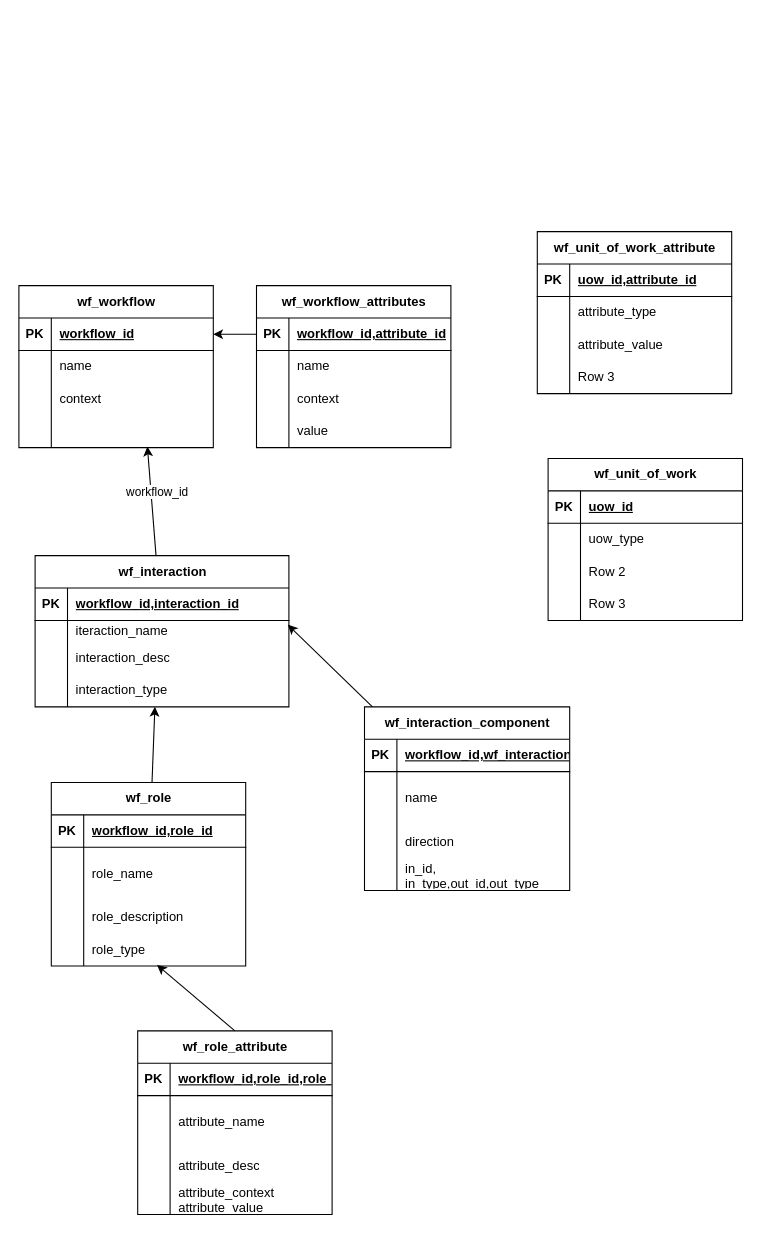
The draw.io diagram page "Workflow Entities" (2 of 2) of database/workflow.drawio in clydewatts1/prototype_chameleon_mcp_workflow, before the edit. Source tidied: cells renumbered, new cells numbered last; positions are measured from the earlier drawing's top-left corner, leaving out a move shared by most shapes. Both pictures are drawn from the tidied source at 108%, with x=0, y=0 at pixel (18, 231).
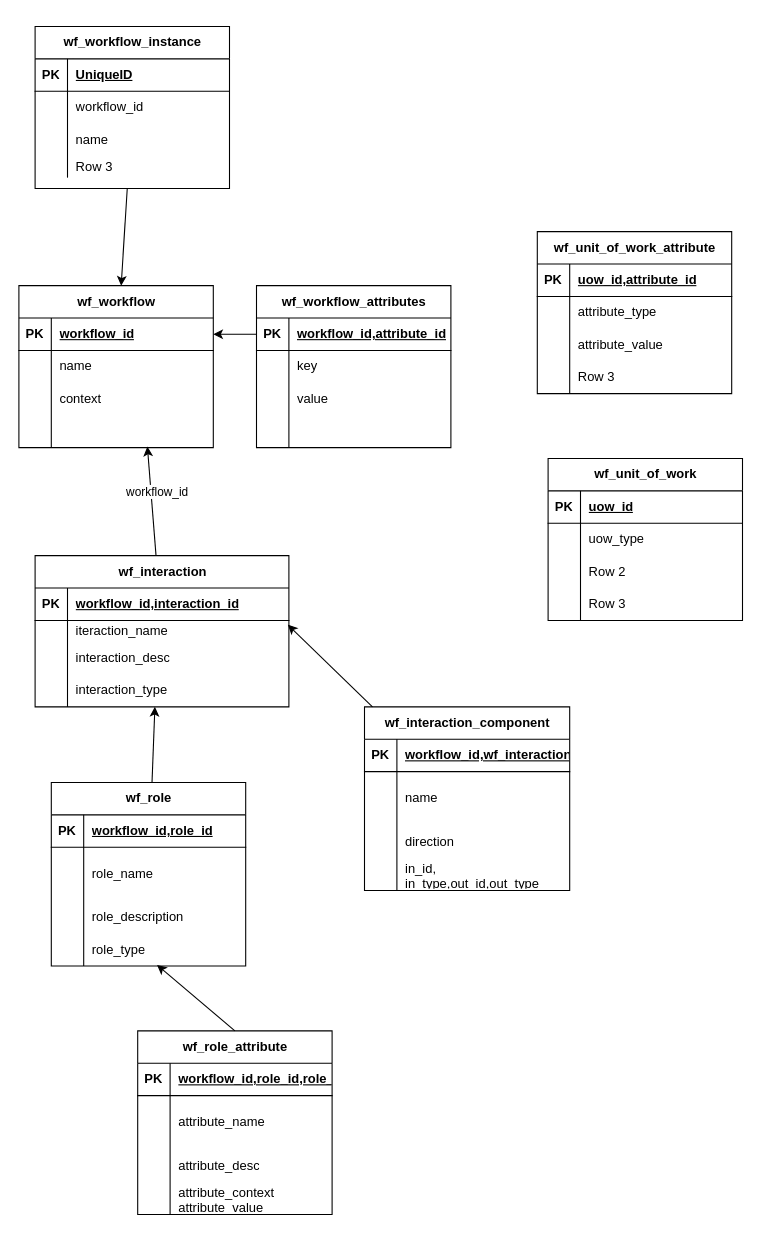
The same diagram, later.

Unchanged cells that the change refers to:
```xml
<mxCell id="2" value="wf_workflow" style="shape=table;startSize=30;childLayout=tableLayout;rowLines=0;fontStyle=1;align=center;html=1;" parent="1" vertex="1">
  <mxGeometry y="50" width="180" height="150" as="geometry" />
</mxCell>
<mxCell id="19" style="shape=tableRow;horizontal=0;startSize=0;swimlaneHead=0;swimlaneBody=0;fillColor=none;top=0;left=0;right=0;bottom=0;" parent="15" vertex="1">
  <mxGeometry y="60" width="180" height="30" as="geometry" />
</mxCell>
<mxCell id="22" style="shape=tableRow;horizontal=0;startSize=0;swimlaneHead=0;swimlaneBody=0;fillColor=none;top=0;left=0;right=0;bottom=0;" parent="15" vertex="1">
  <mxGeometry y="90" width="180" height="30" as="geometry" />
</mxCell>
<mxCell id="25" style="shape=tableRow;horizontal=0;startSize=0;swimlaneHead=0;swimlaneBody=0;fillColor=none;top=0;left=0;right=0;bottom=0;" parent="15" vertex="1">
  <mxGeometry y="120" width="180" height="30" as="geometry" />
</mxCell>
```

What changed in the source:
```diff
@@
-    <mxCell id="21" value="name" style="shape=partialRectangle;fillColor=none;top=0;left=0;bottom=0;right=0;align=left;spacingLeft=6;overflow=hidden;whiteSpace=wrap;html=1;" parent="19" vertex="1">
+    <mxCell id="21" value="key" style="shape=partialRectangle;fillColor=none;top=0;left=0;bottom=0;right=0;align=left;spacingLeft=6;overflow=hidden;whiteSpace=wrap;html=1;" parent="19" vertex="1">
       <mxGeometry x="30" width="150" height="30" as="geometry" />
     </mxCell>
@@
-    <mxCell id="24" value="context" style="shape=partialRectangle;fillColor=none;top=0;left=0;bottom=0;right=0;align=left;spacingLeft=6;overflow=hidden;whiteSpace=wrap;html=1;" parent="22" vertex="1">
+    <mxCell id="24" value="value" style="shape=partialRectangle;fillColor=none;top=0;left=0;bottom=0;right=0;align=left;spacingLeft=6;overflow=hidden;whiteSpace=wrap;html=1;" parent="22" vertex="1">
       <mxGeometry x="30" width="150" height="30" as="geometry" />
     </mxCell>
@@
-    <mxCell id="27" value="value" style="shape=partialRectangle;fillColor=none;top=0;left=0;bottom=0;right=0;align=left;spacingLeft=6;overflow=hidden;whiteSpace=wrap;html=1;" parent="25" vertex="1">
+    <mxCell id="27" style="shape=partialRectangle;fillColor=none;top=0;left=0;bottom=0;right=0;align=left;spacingLeft=6;overflow=hidden;whiteSpace=wrap;html=1;" parent="25" vertex="1">
       <mxGeometry x="30" width="150" height="30" as="geometry" />
     </mxCell>
@@
+    <mxCell id="112" style="edgeStyle=none;html=1;exitX=0.25;exitY=0;exitDx=0;exitDy=0;" parent="1" edge="1" source="114">
+      <mxGeometry relative="1" as="geometry">
+        <mxPoint x="50" y="-160" as="targetPoint" />
+      </mxGeometry>
+    </mxCell>
+    <mxCell id="113" style="edgeStyle=none;html=1;" parent="1" edge="1" source="114" target="2">
+      <mxGeometry relative="1" as="geometry" />
+    </mxCell>
+    <mxCell id="114" value="wf_workflow_instance" style="shape=table;startSize=30;childLayout=tableLayout;rowLines=0;fontStyle=1;align=center;html=1;" parent="1" vertex="1">
+      <mxGeometry x="15" y="-190" width="180" height="150" as="geometry" />
+    </mxCell>
+    <mxCell id="115" style="shape=tableRow;horizontal=0;startSize=0;swimlaneHead=0;swimlaneBody=0;fillColor=none;top=0;left=0;right=0;bottom=1;" parent="114" vertex="1">
+      <mxGeometry y="30" width="180" height="30" as="geometry" />
+    </mxCell>
+    <mxCell id="116" value="PK" style="shape=partialRectangle;fillColor=none;top=0;left=0;bottom=0;right=0;fontStyle=1;overflow=hidden;whiteSpace=wrap;html=1;" parent="115" vertex="1">
+      <mxGeometry width="30" height="30" as="geometry" />
+    </mxCell>
+    <mxCell id="117" value="UniqueID" style="shape=partialRectangle;fillColor=none;top=0;left=0;bottom=0;right=0;align=left;spacingLeft=6;fontStyle=5;overflow=hidden;whiteSpace=wrap;html=1;" parent="115" vertex="1">
+      <mxGeometry x="30" width="150" height="30" as="geometry" />
+    </mxCell>
+    <mxCell id="118" style="shape=tableRow;horizontal=0;startSize=0;swimlaneHead=0;swimlaneBody=0;fillColor=none;top=0;left=0;right=0;bottom=0;" parent="114" vertex="1">
+      <mxGeometry y="60" width="180" height="30" as="geometry" />
+    </mxCell>
+    <mxCell id="119" style="shape=partialRectangle;fillColor=none;top=0;left=0;bottom=0;right=0;overflow=hidden;whiteSpace=wrap;html=1;" parent="118" vertex="1">
+      <mxGeometry width="30" height="30" as="geometry" />
+    </mxCell>
+    <mxCell id="120" value="workflow_id" style="shape=partialRectangle;fillColor=none;top=0;left=0;bottom=0;right=0;align=left;spacingLeft=6;overflow=hidden;whiteSpace=wrap;html=1;" parent="118" vertex="1">
+      <mxGeometry x="30" width="150" height="30" as="geometry" />
+    </mxCell>
+    <mxCell id="121" style="shape=tableRow;horizontal=0;startSize=0;swimlaneHead=0;swimlaneBody=0;fillColor=none;top=0;left=0;right=0;bottom=0;" parent="114" vertex="1">
+      <mxGeometry y="90" width="180" height="30" as="geometry" />
+    </mxCell>
+    <mxCell id="122" style="shape=partialRectangle;fillColor=none;top=0;left=0;bottom=0;right=0;overflow=hidden;whiteSpace=wrap;html=1;" parent="121" vertex="1">
+      <mxGeometry width="30" height="30" as="geometry" />
+    </mxCell>
+    <mxCell id="123" value="name" style="shape=partialRectangle;fillColor=none;top=0;left=0;bottom=0;right=0;align=left;spacingLeft=6;overflow=hidden;whiteSpace=wrap;html=1;" parent="121" vertex="1">
+      <mxGeometry x="30" width="150" height="30" as="geometry" />
+    </mxCell>
+    <mxCell id="124" style="shape=tableRow;horizontal=0;startSize=0;swimlaneHead=0;swimlaneBody=0;fillColor=none;top=0;left=0;right=0;bottom=0;" parent="114" vertex="1">
+      <mxGeometry y="120" width="180" height="20" as="geometry" />
+    </mxCell>
+    <mxCell id="125" style="shape=partialRectangle;fillColor=none;top=0;left=0;bottom=0;right=0;overflow=hidden;whiteSpace=wrap;html=1;" parent="124" vertex="1">
+      <mxGeometry width="30" height="20" as="geometry" />
+    </mxCell>
+    <mxCell id="126" value="Row 3" style="shape=partialRectangle;fillColor=none;top=0;left=0;bottom=0;right=0;align=left;spacingLeft=6;overflow=hidden;whiteSpace=wrap;html=1;" parent="124" vertex="1">
+      <mxGeometry x="30" width="150" height="20" as="geometry" />
+    </mxCell>
```
